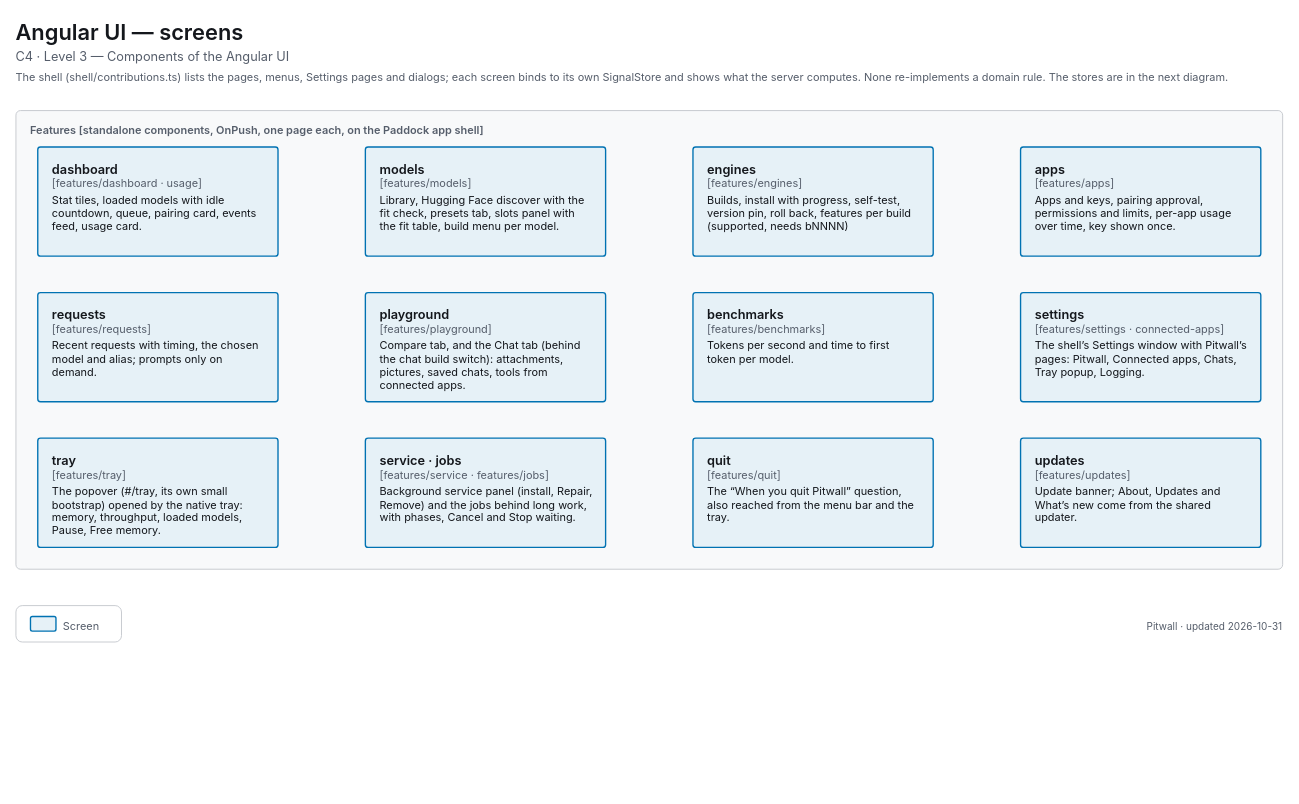
Above: apps/pitwall/docs/diagrams/c4-3-ui-features.drawio in decryp7/paddock (draw.io), before the change. Source tidied: cells renumbered, new cells numbered last; positions are measured from the earlier drawing's top-left corner, leaving out a move shared by most shapes. Both pictures are drawn from the tidied source at 91%, with x=0, y=0 at pixel (15, 15).
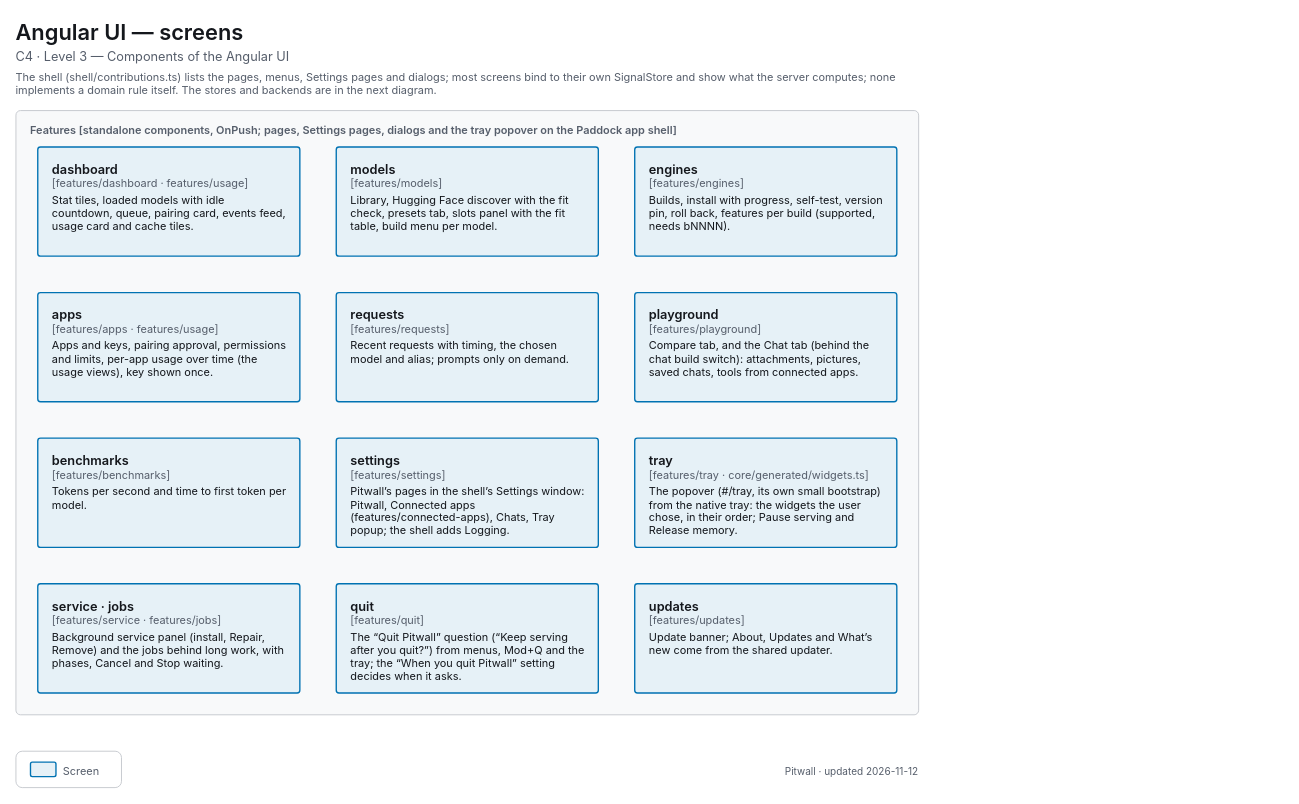
After the change.

Commit message (it also covers changes not shown here):
docs(pitwall): UI component diagrams show every route to Tauri, checked from code

What changed in the source:
```diff
@@
     <mxCell id="2" value="&lt;span style=&quot;font-size:24px;font-weight:600&quot;&gt;Angular UI — screens&lt;/span&gt;" style="html=1;whiteSpace=wrap;fontFamily=-apple-system,BlinkMacSystemFont,Segoe UI,system-ui,sans-serif;fontSize=12;fontColor=light-dark(#14171C,#ECEEF1);text;strokeColor=none;fillColor=none;align=left;verticalAlign=top;spacing=0;fontColor=light-dark(#14171C,#ECEEF1);" parent="1" vertex="1">
-      <mxGeometry width="1392" height="32" as="geometry" />
+      <mxGeometry width="992" height="32" as="geometry" />
     </mxCell>
     <mxCell id="3" value="&lt;span style=&quot;font-size:14px;font-weight:400&quot;&gt;C4 · Level 3 — Components of the Angular UI&lt;/span&gt;" style="html=1;whiteSpace=wrap;fontFamily=-apple-system,BlinkMacSystemFont,Segoe UI,system-ui,sans-serif;fontSize=12;fontColor=light-dark(#14171C,#ECEEF1);text;strokeColor=none;fillColor=none;align=left;verticalAlign=top;spacing=0;fontColor=light-dark(#565E6B,#A0A7B2);" parent="1" vertex="1">
-      <mxGeometry y="32" width="1392" height="24" as="geometry" />
+      <mxGeometry y="32" width="992" height="24" as="geometry" />
     </mxCell>
-    <mxCell id="4" value="&lt;span style=&quot;font-size:12px;font-weight:400&quot;&gt;The shell (shell/contributions.ts) lists the pages, menus, Settings pages and dialogs; each screen binds to its own SignalStore and shows what the server computes. None re-implements a domain rule. The stores are in the next diagram.&lt;/span&gt;" style="html=1;whiteSpace=wrap;fontFamily=-apple-system,BlinkMacSystemFont,Segoe UI,system-ui,sans-serif;fontSize=12;fontColor=light-dark(#14171C,#ECEEF1);text;strokeColor=none;fillColor=none;align=left;verticalAlign=top;spacing=0;fontColor=light-dark(#565E6B,#A0A7B2);" parent="1" vertex="1">
-      <mxGeometry y="56" width="1392" height="20" as="geometry" />
+    <mxCell id="4" value="&lt;span style=&quot;font-size:12px;font-weight:400&quot;&gt;The shell (shell/contributions.ts) lists the pages, menus, Settings pages and dialogs; most screens bind to their own SignalStore and show what the server computes; none implements a domain rule itself. The stores and backends are in the next diagram.&lt;/span&gt;" style="html=1;whiteSpace=wrap;fontFamily=-apple-system,BlinkMacSystemFont,Segoe UI,system-ui,sans-serif;fontSize=12;fontColor=light-dark(#14171C,#ECEEF1);text;strokeColor=none;fillColor=none;align=left;verticalAlign=top;spacing=0;fontColor=light-dark(#565E6B,#A0A7B2);" parent="1" vertex="1">
+      <mxGeometry y="56" width="992" height="20" as="geometry" />
     </mxCell>
-    <mxCell id="5" value="&lt;span style=&quot;font-size:12px;font-weight:600&quot;&gt;Features [standalone components, OnPush, one page each, on the Paddock app shell]&lt;/span&gt;" style="html=1;whiteSpace=wrap;fontFamily=-apple-system,BlinkMacSystemFont,Segoe UI,system-ui,sans-serif;fontSize=12;fontColor=light-dark(#14171C,#ECEEF1);rounded=1;absoluteArcSize=1;arcSize=10;strokeWidth=1;strokeColor=light-dark(#C4C7CD,#353A42);fillColor=light-dark(#F8F9FA,#121418);align=left;verticalAlign=top;spacingLeft=14;spacingTop=8;fontColor=light-dark(#565E6B,#A0A7B2);" parent="1" vertex="1">
-      <mxGeometry y="104" width="1392" height="504" as="geometry" />
+    <mxCell id="5" value="&lt;span style=&quot;font-size:12px;font-weight:600&quot;&gt;Features [standalone components, OnPush; pages, Settings pages, dialogs and the tray popover on the Paddock app shell]&lt;/span&gt;" style="html=1;whiteSpace=wrap;fontFamily=-apple-system,BlinkMacSystemFont,Segoe UI,system-ui,sans-serif;fontSize=12;fontColor=light-dark(#14171C,#ECEEF1);rounded=1;absoluteArcSize=1;arcSize=10;strokeWidth=1;strokeColor=light-dark(#C4C7CD,#353A42);fillColor=light-dark(#F8F9FA,#121418);align=left;verticalAlign=top;spacingLeft=14;spacingTop=8;fontColor=light-dark(#565E6B,#A0A7B2);" parent="1" vertex="1">
+      <mxGeometry y="104" width="992" height="664" as="geometry" />
     </mxCell>
-    <mxCell id="6" value="&lt;span style=&quot;font-size:14px;font-weight:600&quot;&gt;dashboard&lt;/span&gt;&lt;br&gt;&lt;span style=&quot;font-size:12px;color:light-dark(#565E6B,#A0A7B2)&quot;&gt;[features/dashboard · usage]&lt;/span&gt;&lt;br&gt;&lt;div style=&quot;margin-top:4px;font-size:12px&quot;&gt;Stat tiles, loaded models with idle countdown, queue, pairing card, events feed, usage card.&lt;/div&gt;" style="html=1;whiteSpace=wrap;fontFamily=-apple-system,BlinkMacSystemFont,Segoe UI,system-ui,sans-serif;fontSize=12;fontColor=light-dark(#14171C,#ECEEF1);rounded=1;absoluteArcSize=1;arcSize=6;strokeWidth=1.5;strokeColor=light-dark(#0072B2,#56B4E9);fillColor=light-dark(#E6F1F7,#1F303C);align=left;verticalAlign=top;spacingLeft=14;spacingRight=14;spacingTop=10;spacingBottom=8;" parent="1" vertex="1">
-      <mxGeometry x="24" y="144" width="264" height="120" as="geometry" />
+    <mxCell id="6" value="&lt;span style=&quot;font-size:14px;font-weight:600&quot;&gt;dashboard&lt;/span&gt;&lt;br&gt;&lt;span style=&quot;font-size:12px;color:light-dark(#565E6B,#A0A7B2)&quot;&gt;[features/dashboard · features/usage]&lt;/span&gt;&lt;br&gt;&lt;div style=&quot;margin-top:4px;font-size:12px&quot;&gt;Stat tiles, loaded models with idle countdown, queue, pairing card, events feed, usage card and cache tiles.&lt;/div&gt;" style="html=1;whiteSpace=wrap;fontFamily=-apple-system,BlinkMacSystemFont,Segoe UI,system-ui,sans-serif;fontSize=12;fontColor=light-dark(#14171C,#ECEEF1);rounded=1;absoluteArcSize=1;arcSize=6;strokeWidth=1.5;strokeColor=light-dark(#0072B2,#56B4E9);fillColor=light-dark(#E6F1F7,#1F303C);align=left;verticalAlign=top;spacingLeft=14;spacingRight=14;spacingTop=10;spacingBottom=8;" parent="1" vertex="1">
+      <mxGeometry x="24" y="144" width="288" height="120" as="geometry" />
     </mxCell>
     <mxCell id="7" value="&lt;span style=&quot;font-size:14px;font-weight:600&quot;&gt;models&lt;/span&gt;&lt;br&gt;&lt;span style=&quot;font-size:12px;color:light-dark(#565E6B,#A0A7B2)&quot;&gt;[features/models]&lt;/span&gt;&lt;br&gt;&lt;div style=&quot;margin-top:4px;font-size:12px&quot;&gt;Library, Hugging Face discover with the fit check, presets tab, slots panel with the fit table, build menu per model.&lt;/div&gt;" style="html=1;whiteSpace=wrap;fontFamily=-apple-system,BlinkMacSystemFont,Segoe UI,system-ui,sans-serif;fontSize=12;fontColor=light-dark(#14171C,#ECEEF1);rounded=1;absoluteArcSize=1;arcSize=6;strokeWidth=1.5;strokeColor=light-dark(#0072B2,#56B4E9);fillColor=light-dark(#E6F1F7,#1F303C);align=left;verticalAlign=top;spacingLeft=14;spacingRight=14;spacingTop=10;spacingBottom=8;" parent="1" vertex="1">
-      <mxGeometry x="384" y="144" width="264" height="120" as="geometry" />
+      <mxGeometry x="352" y="144" width="288" height="120" as="geometry" />
     </mxCell>
-    <mxCell id="8" value="&lt;span style=&quot;font-size:14px;font-weight:600&quot;&gt;engines&lt;/span&gt;&lt;br&gt;&lt;span style=&quot;font-size:12px;color:light-dark(#565E6B,#A0A7B2)&quot;&gt;[features/engines]&lt;/span&gt;&lt;br&gt;&lt;div style=&quot;margin-top:4px;font-size:12px&quot;&gt;Builds, install with progress, self-test, version pin, roll back, features per build (supported, needs bNNNN)&lt;/div&gt;" style="html=1;whiteSpace=wrap;fontFamily=-apple-system,BlinkMacSystemFont,Segoe UI,system-ui,sans-serif;fontSize=12;fontColor=light-dark(#14171C,#ECEEF1);rounded=1;absoluteArcSize=1;arcSize=6;strokeWidth=1.5;strokeColor=light-dark(#0072B2,#56B4E9);fillColor=light-dark(#E6F1F7,#1F303C);align=left;verticalAlign=top;spacingLeft=14;spacingRight=14;spacingTop=10;spacingBottom=8;" parent="1" vertex="1">
-      <mxGeometry x="744" y="144" width="264" height="120" as="geometry" />
+    <mxCell id="8" value="&lt;span style=&quot;font-size:14px;font-weight:600&quot;&gt;engines&lt;/span&gt;&lt;br&gt;&lt;span style=&quot;font-size:12px;color:light-dark(#565E6B,#A0A7B2)&quot;&gt;[features/engines]&lt;/span&gt;&lt;br&gt;&lt;div style=&quot;margin-top:4px;font-size:12px&quot;&gt;Builds, install with progress, self-test, version pin, roll back, features per build (supported, needs bNNNN).&lt;/div&gt;" style="html=1;whiteSpace=wrap;fontFamily=-apple-system,BlinkMacSystemFont,Segoe UI,system-ui,sans-serif;fontSize=12;fontColor=light-dark(#14171C,#ECEEF1);rounded=1;absoluteArcSize=1;arcSize=6;strokeWidth=1.5;strokeColor=light-dark(#0072B2,#56B4E9);fillColor=light-dark(#E6F1F7,#1F303C);align=left;verticalAlign=top;spacingLeft=14;spacingRight=14;spacingTop=10;spacingBottom=8;" parent="1" vertex="1">
+      <mxGeometry x="680" y="144" width="288" height="120" as="geometry" />
     </mxCell>
-    <mxCell id="9" value="&lt;span style=&quot;font-size:14px;font-weight:600&quot;&gt;apps&lt;/span&gt;&lt;br&gt;&lt;span style=&quot;font-size:12px;color:light-dark(#565E6B,#A0A7B2)&quot;&gt;[features/apps]&lt;/span&gt;&lt;br&gt;&lt;div style=&quot;margin-top:4px;font-size:12px&quot;&gt;Apps and keys, pairing approval, permissions and limits, per-app usage over time, key shown once.&lt;/div&gt;" style="html=1;whiteSpace=wrap;fontFamily=-apple-system,BlinkMacSystemFont,Segoe UI,system-ui,sans-serif;fontSize=12;fontColor=light-dark(#14171C,#ECEEF1);rounded=1;absoluteArcSize=1;arcSize=6;strokeWidth=1.5;strokeColor=light-dark(#0072B2,#56B4E9);fillColor=light-dark(#E6F1F7,#1F303C);align=left;verticalAlign=top;spacingLeft=14;spacingRight=14;spacingTop=10;spacingBottom=8;" parent="1" vertex="1">
-      <mxGeometry x="1104" y="144" width="264" height="120" as="geometry" />
+    <mxCell id="9" value="&lt;span style=&quot;font-size:14px;font-weight:600&quot;&gt;apps&lt;/span&gt;&lt;br&gt;&lt;span style=&quot;font-size:12px;color:light-dark(#565E6B,#A0A7B2)&quot;&gt;[features/apps · features/usage]&lt;/span&gt;&lt;br&gt;&lt;div style=&quot;margin-top:4px;font-size:12px&quot;&gt;Apps and keys, pairing approval, permissions and limits, per-app usage over time (the usage views), key shown once.&lt;/div&gt;" style="html=1;whiteSpace=wrap;fontFamily=-apple-system,BlinkMacSystemFont,Segoe UI,system-ui,sans-serif;fontSize=12;fontColor=light-dark(#14171C,#ECEEF1);rounded=1;absoluteArcSize=1;arcSize=6;strokeWidth=1.5;strokeColor=light-dark(#0072B2,#56B4E9);fillColor=light-dark(#E6F1F7,#1F303C);align=left;verticalAlign=top;spacingLeft=14;spacingRight=14;spacingTop=10;spacingBottom=8;" parent="1" vertex="1">
+      <mxGeometry x="24" y="304" width="288" height="120" as="geometry" />
     </mxCell>
     <mxCell id="10" value="&lt;span style=&quot;font-size:14px;font-weight:600&quot;&gt;requests&lt;/span&gt;&lt;br&gt;&lt;span style=&quot;font-size:12px;color:light-dark(#565E6B,#A0A7B2)&quot;&gt;[features/requests]&lt;/span&gt;&lt;br&gt;&lt;div style=&quot;margin-top:4px;font-size:12px&quot;&gt;Recent requests with timing, the chosen model and alias; prompts only on demand.&lt;/div&gt;" style="html=1;whiteSpace=wrap;fontFamily=-apple-system,BlinkMacSystemFont,Segoe UI,system-ui,sans-serif;fontSize=12;fontColor=light-dark(#14171C,#ECEEF1);rounded=1;absoluteArcSize=1;arcSize=6;strokeWidth=1.5;strokeColor=light-dark(#0072B2,#56B4E9);fillColor=light-dark(#E6F1F7,#1F303C);align=left;verticalAlign=top;spacingLeft=14;spacingRight=14;spacingTop=10;spacingBottom=8;" parent="1" vertex="1">
-      <mxGeometry x="24" y="304" width="264" height="120" as="geometry" />
+      <mxGeometry x="352" y="304" width="288" height="120" as="geometry" />
     </mxCell>
     <mxCell id="11" value="&lt;span style=&quot;font-size:14px;font-weight:600&quot;&gt;playground&lt;/span&gt;&lt;br&gt;&lt;span style=&quot;font-size:12px;color:light-dark(#565E6B,#A0A7B2)&quot;&gt;[features/playground]&lt;/span&gt;&lt;br&gt;&lt;div style=&quot;margin-top:4px;font-size:12px&quot;&gt;Compare tab, and the Chat tab (behind the chat build switch): attachments, pictures, saved chats, tools from connected apps.&lt;/div&gt;" style="html=1;whiteSpace=wrap;fontFamily=-apple-system,BlinkMacSystemFont,Segoe UI,system-ui,sans-serif;fontSize=12;fontColor=light-dark(#14171C,#ECEEF1);rounded=1;absoluteArcSize=1;arcSize=6;strokeWidth=1.5;strokeColor=light-dark(#0072B2,#56B4E9);fillColor=light-dark(#E6F1F7,#1F303C);align=left;verticalAlign=top;spacingLeft=14;spacingRight=14;spacingTop=10;spacingBottom=8;" parent="1" vertex="1">
-      <mxGeometry x="384" y="304" width="264" height="120" as="geometry" />
+      <mxGeometry x="680" y="304" width="288" height="120" as="geometry" />
     </mxCell>
     <mxCell id="12" value="&lt;span style=&quot;font-size:14px;font-weight:600&quot;&gt;benchmarks&lt;/span&gt;&lt;br&gt;&lt;span style=&quot;font-size:12px;color:light-dark(#565E6B,#A0A7B2)&quot;&gt;[features/benchmarks]&lt;/span&gt;&lt;br&gt;&lt;div style=&quot;margin-top:4px;font-size:12px&quot;&gt;Tokens per second and time to first token per model.&lt;/div&gt;" style="html=1;whiteSpace=wrap;fontFamily=-apple-system,BlinkMacSystemFont,Segoe UI,system-ui,sans-serif;fontSize=12;fontColor=light-dark(#14171C,#ECEEF1);rounded=1;absoluteArcSize=1;arcSize=6;strokeWidth=1.5;strokeColor=light-dark(#0072B2,#56B4E9);fillColor=light-dark(#E6F1F7,#1F303C);align=left;verticalAlign=top;spacingLeft=14;spacingRight=14;spacingTop=10;spacingBottom=8;" parent="1" vertex="1">
-      <mxGeometry x="744" y="304" width="264" height="120" as="geometry" />
+      <mxGeometry x="24" y="464" width="288" height="120" as="geometry" />
     </mxCell>
-    <mxCell id="13" value="&lt;span style=&quot;font-size:14px;font-weight:600&quot;&gt;settings&lt;/span&gt;&lt;br&gt;&lt;span style=&quot;font-size:12px;color:light-dark(#565E6B,#A0A7B2)&quot;&gt;[features/settings · connected-apps]&lt;/span&gt;&lt;br&gt;&lt;div style=&quot;margin-top:4px;font-size:12px&quot;&gt;The shell’s Settings window with Pitwall’s pages: Pitwall, Connected apps, Chats, Tray popup, Logging.&lt;/div&gt;" style="html=1;whiteSpace=wrap;fontFamily=-apple-system,BlinkMacSystemFont,Segoe UI,system-ui,sans-serif;fontSize=12;fontColor=light-dark(#14171C,#ECEEF1);rounded=1;absoluteArcSize=1;arcSize=6;strokeWidth=1.5;strokeColor=light-dark(#0072B2,#56B4E9);fillColor=light-dark(#E6F1F7,#1F303C);align=left;verticalAlign=top;spacingLeft=14;spacingRight=14;spacingTop=10;spacingBottom=8;" parent="1" vertex="1">
-      <mxGeometry x="1104" y="304" width="264" height="120" as="geometry" />
+    <mxCell id="13" value="&lt;span style=&quot;font-size:14px;font-weight:600&quot;&gt;settings&lt;/span&gt;&lt;br&gt;&lt;span style=&quot;font-size:12px;color:light-dark(#565E6B,#A0A7B2)&quot;&gt;[features/settings]&lt;/span&gt;&lt;br&gt;&lt;div style=&quot;margin-top:4px;font-size:12px&quot;&gt;Pitwall’s pages in the shell’s Settings window: Pitwall, Connected apps (features/connected-apps), Chats, Tray popup; the shell adds Logging.&lt;/div&gt;" style="html=1;whiteSpace=wrap;fontFamily=-apple-system,BlinkMacSystemFont,Segoe UI,system-ui,sans-serif;fontSize=12;fontColor=light-dark(#14171C,#ECEEF1);rounded=1;absoluteArcSize=1;arcSize=6;strokeWidth=1.5;strokeColor=light-dark(#0072B2,#56B4E9);fillColor=light-dark(#E6F1F7,#1F303C);align=left;verticalAlign=top;spacingLeft=14;spacingRight=14;spacingTop=10;spacingBottom=8;" parent="1" vertex="1">
+      <mxGeometry x="352" y="464" width="288" height="120" as="geometry" />
     </mxCell>
-    <mxCell id="14" value="&lt;span style=&quot;font-size:14px;font-weight:600&quot;&gt;tray&lt;/span&gt;&lt;br&gt;&lt;span style=&quot;font-size:12px;color:light-dark(#565E6B,#A0A7B2)&quot;&gt;[features/tray]&lt;/span&gt;&lt;br&gt;&lt;div style=&quot;margin-top:4px;font-size:12px&quot;&gt;The popover (#/tray, its own small bootstrap) opened by the native tray: memory, throughput, loaded models, Pause, Free memory.&lt;/div&gt;" style="html=1;whiteSpace=wrap;fontFamily=-apple-system,BlinkMacSystemFont,Segoe UI,system-ui,sans-serif;fontSize=12;fontColor=light-dark(#14171C,#ECEEF1);rounded=1;absoluteArcSize=1;arcSize=6;strokeWidth=1.5;strokeColor=light-dark(#0072B2,#56B4E9);fillColor=light-dark(#E6F1F7,#1F303C);align=left;verticalAlign=top;spacingLeft=14;spacingRight=14;spacingTop=10;spacingBottom=8;" parent="1" vertex="1">
-      <mxGeometry x="24" y="464" width="264" height="120" as="geometry" />
+    <mxCell id="14" value="&lt;span style=&quot;font-size:14px;font-weight:600&quot;&gt;tray&lt;/span&gt;&lt;br&gt;&lt;span style=&quot;font-size:12px;color:light-dark(#565E6B,#A0A7B2)&quot;&gt;[features/tray · core/generated/widgets.ts]&lt;/span&gt;&lt;br&gt;&lt;div style=&quot;margin-top:4px;font-size:12px&quot;&gt;The popover (#/tray, its own small bootstrap) from the native tray: the widgets the user chose, in their order; Pause serving and Release memory.&lt;/div&gt;" style="html=1;whiteSpace=wrap;fontFamily=-apple-system,BlinkMacSystemFont,Segoe UI,system-ui,sans-serif;fontSize=12;fontColor=light-dark(#14171C,#ECEEF1);rounded=1;absoluteArcSize=1;arcSize=6;strokeWidth=1.5;strokeColor=light-dark(#0072B2,#56B4E9);fillColor=light-dark(#E6F1F7,#1F303C);align=left;verticalAlign=top;spacingLeft=14;spacingRight=14;spacingTop=10;spacingBottom=8;" parent="1" vertex="1">
+      <mxGeometry x="680" y="464" width="288" height="120" as="geometry" />
     </mxCell>
     <mxCell id="15" value="&lt;span style=&quot;font-size:14px;font-weight:600&quot;&gt;service · jobs&lt;/span&gt;&lt;br&gt;&lt;span style=&quot;font-size:12px;color:light-dark(#565E6B,#A0A7B2)&quot;&gt;[features/service · features/jobs]&lt;/span&gt;&lt;br&gt;&lt;div style=&quot;margin-top:4px;font-size:12px&quot;&gt;Background service panel (install, Repair, Remove) and the jobs behind long work, with phases, Cancel and Stop waiting.&lt;/div&gt;" style="html=1;whiteSpace=wrap;fontFamily=-apple-system,BlinkMacSystemFont,Segoe UI,system-ui,sans-serif;fontSize=12;fontColor=light-dark(#14171C,#ECEEF1);rounded=1;absoluteArcSize=1;arcSize=6;strokeWidth=1.5;strokeColor=light-dark(#0072B2,#56B4E9);fillColor=light-dark(#E6F1F7,#1F303C);align=left;verticalAlign=top;spacingLeft=14;spacingRight=14;spacingTop=10;spacingBottom=8;" parent="1" vertex="1">
-      <mxGeometry x="384" y="464" width="264" height="120" as="geometry" />
+      <mxGeometry x="24" y="624" width="288" height="120" as="geometry" />
     </mxCell>
-    <mxCell id="16" value="&lt;span style=&quot;font-size:14px;font-weight:600&quot;&gt;quit&lt;/span&gt;&lt;br&gt;&lt;span style=&quot;font-size:12px;color:light-dark(#565E6B,#A0A7B2)&quot;&gt;[features/quit]&lt;/span&gt;&lt;br&gt;&lt;div style=&quot;margin-top:4px;font-size:12px&quot;&gt;The “When you quit Pitwall” question, also reached from the menu bar and the tray.&lt;/div&gt;" style="html=1;whiteSpace=wrap;fontFamily=-apple-system,BlinkMacSystemFont,Segoe UI,system-ui,sans-serif;fontSize=12;fontColor=light-dark(#14171C,#ECEEF1);rounded=1;absoluteArcSize=1;arcSize=6;strokeWidth=1.5;strokeColor=light-dark(#0072B2,#56B4E9);fillColor=light-dark(#E6F1F7,#1F303C);align=left;verticalAlign=top;spacingLeft=14;spacingRight=14;spacingTop=10;spacingBottom=8;" parent="1" vertex="1">
-      <mxGeometry x="744" y="464" width="264" height="120" as="geometry" />
+    <mxCell id="16" value="&lt;span style=&quot;font-size:14px;font-weight:600&quot;&gt;quit&lt;/span&gt;&lt;br&gt;&lt;span style=&quot;font-size:12px;color:light-dark(#565E6B,#A0A7B2)&quot;&gt;[features/quit]&lt;/span&gt;&lt;br&gt;&lt;div style=&quot;margin-top:4px;font-size:12px&quot;&gt;The “Quit Pitwall” question (“Keep serving after you quit?”) from menus, Mod+Q and the tray; the “When you quit Pitwall” setting decides when it asks.&lt;/div&gt;" style="html=1;whiteSpace=wrap;fontFamily=-apple-system,BlinkMacSystemFont,Segoe UI,system-ui,sans-serif;fontSize=12;fontColor=light-dark(#14171C,#ECEEF1);rounded=1;absoluteArcSize=1;arcSize=6;strokeWidth=1.5;strokeColor=light-dark(#0072B2,#56B4E9);fillColor=light-dark(#E6F1F7,#1F303C);align=left;verticalAlign=top;spacingLeft=14;spacingRight=14;spacingTop=10;spacingBottom=8;" parent="1" vertex="1">
+      <mxGeometry x="352" y="624" width="288" height="120" as="geometry" />
     </mxCell>
     <mxCell id="17" value="&lt;span style=&quot;font-size:14px;font-weight:600&quot;&gt;updates&lt;/span&gt;&lt;br&gt;&lt;span style=&quot;font-size:12px;color:light-dark(#565E6B,#A0A7B2)&quot;&gt;[features/updates]&lt;/span&gt;&lt;br&gt;&lt;div style=&quot;margin-top:4px;font-size:12px&quot;&gt;Update banner; About, Updates and What’s new come from the shared updater.&lt;/div&gt;" style="html=1;whiteSpace=wrap;fontFamily=-apple-system,BlinkMacSystemFont,Segoe UI,system-ui,sans-serif;fontSize=12;fontColor=light-dark(#14171C,#ECEEF1);rounded=1;absoluteArcSize=1;arcSize=6;strokeWidth=1.5;strokeColor=light-dark(#0072B2,#56B4E9);fillColor=light-dark(#E6F1F7,#1F303C);align=left;verticalAlign=top;spacingLeft=14;spacingRight=14;spacingTop=10;spacingBottom=8;" parent="1" vertex="1">
-      <mxGeometry x="1104" y="464" width="264" height="120" as="geometry" />
+      <mxGeometry x="680" y="624" width="288" height="120" as="geometry" />
     </mxCell>
     <mxCell id="18" style="rounded=1;absoluteArcSize=1;arcSize=14;strokeWidth=1;strokeColor=light-dark(#C4C7CD,#353A42);fillColor=none;" parent="1" vertex="1">
-      <mxGeometry y="648" width="116" height="40" as="geometry" />
+      <mxGeometry y="808" width="116" height="40" as="geometry" />
     </mxCell>
     <mxCell id="19" style="rounded=1;absoluteArcSize=1;arcSize=4;strokeWidth=1.5;strokeColor=light-dark(#0072B2,#56B4E9);fillColor=light-dark(#E6F1F7,#1F303C);" parent="1" vertex="1">
-      <mxGeometry x="16" y="660" width="28" height="16" as="geometry" />
+      <mxGeometry x="16" y="820" width="28" height="16" as="geometry" />
     </mxCell>
     <mxCell id="20" value="&lt;span style=&quot;font-size:12px;font-weight:400&quot;&gt;Screen&lt;/span&gt;" style="html=1;whiteSpace=wrap;fontFamily=-apple-system,BlinkMacSystemFont,Segoe UI,system-ui,sans-serif;fontSize=12;fontColor=light-dark(#14171C,#ECEEF1);text;strokeColor=none;fillColor=none;align=left;verticalAlign=top;spacing=0;fontColor=light-dark(#565E6B,#A0A7B2);" parent="1" vertex="1">
-      <mxGeometry x="52" y="659" width="48" height="18" as="geometry" />
+      <mxGeometry x="52" y="819" width="48" height="18" as="geometry" />
     </mxCell>
-    <mxCell id="21" value="&lt;span style=&quot;font-size:11px;font-weight:400&quot;&gt;Pitwall · updated 2026-10-31&lt;/span&gt;" style="html=1;whiteSpace=wrap;fontFamily=-apple-system,BlinkMacSystemFont,Segoe UI,system-ui,sans-serif;fontSize=12;fontColor=light-dark(#14171C,#ECEEF1);text;strokeColor=none;fillColor=none;align=right;verticalAlign=top;spacing=0;fontColor=light-dark(#565E6B,#A0A7B2);" parent="1" vertex="1">
-      <mxGeometry x="1032" y="659" width="360" height="18" as="geometry" />
+    <mxCell id="21" value="&lt;span style=&quot;font-size:11px;font-weight:400&quot;&gt;Pitwall · updated 2026-11-12&lt;/span&gt;" style="html=1;whiteSpace=wrap;fontFamily=-apple-system,BlinkMacSystemFont,Segoe UI,system-ui,sans-serif;fontSize=12;fontColor=light-dark(#14171C,#ECEEF1);text;strokeColor=none;fillColor=none;align=right;verticalAlign=top;spacing=0;fontColor=light-dark(#565E6B,#A0A7B2);" parent="1" vertex="1">
+      <mxGeometry x="632" y="819" width="360" height="18" as="geometry" />
     </mxCell>
```
